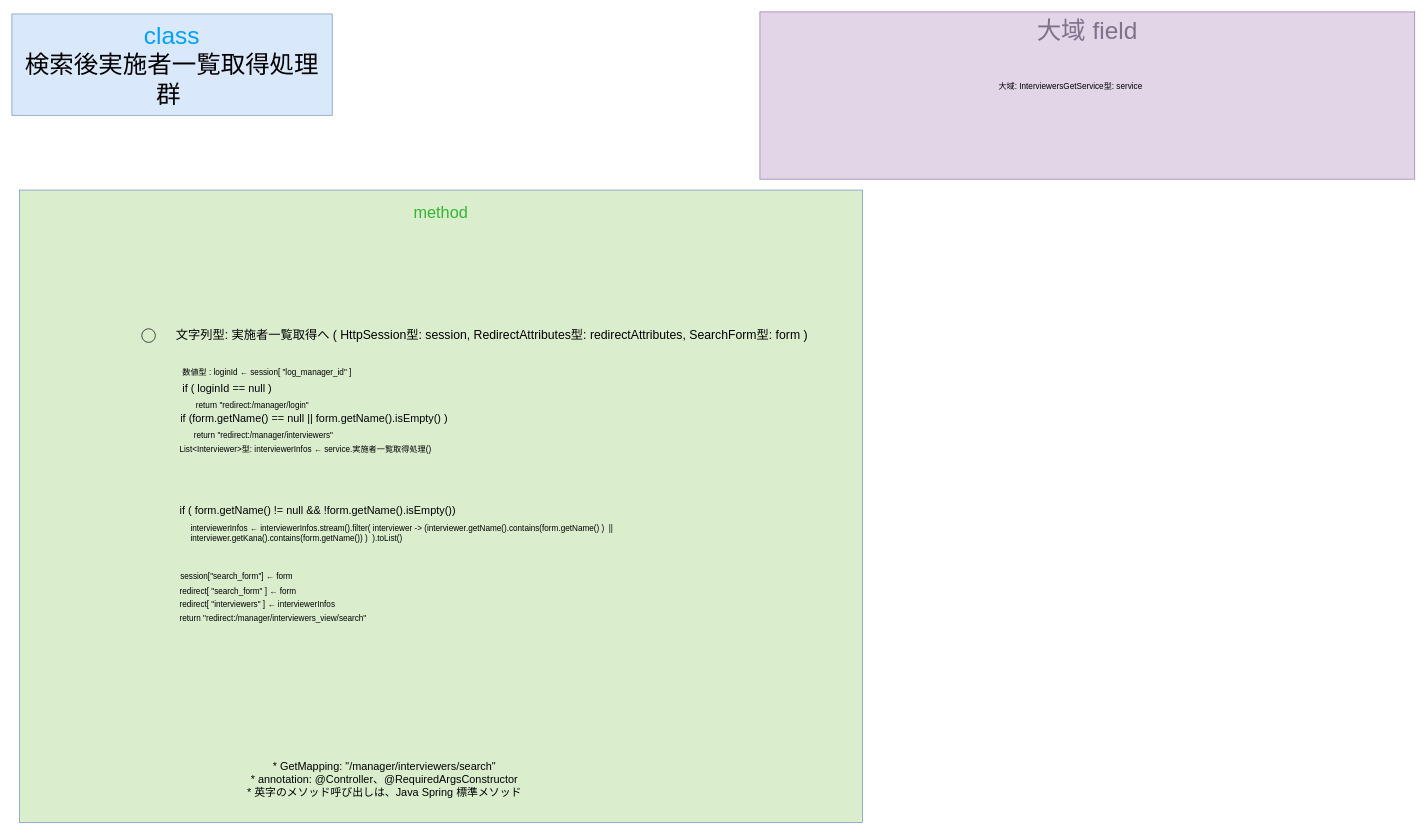
This is gijigengo/controller/manager/meeting_reservation_sys controller_manager SearchInterviewersGetControllerクラス 疑似言語.drawio from tro319/meeting_reservation_system, a draw.io file, before an edit. Source tidied: cells renumbered, new cells numbered last; positions are measured from the earlier drawing's top-left corner, leaving out a move shared by most shapes. Both pictures are drawn from the tidied source at 68%, with x=0, y=0 at pixel (12, 12).
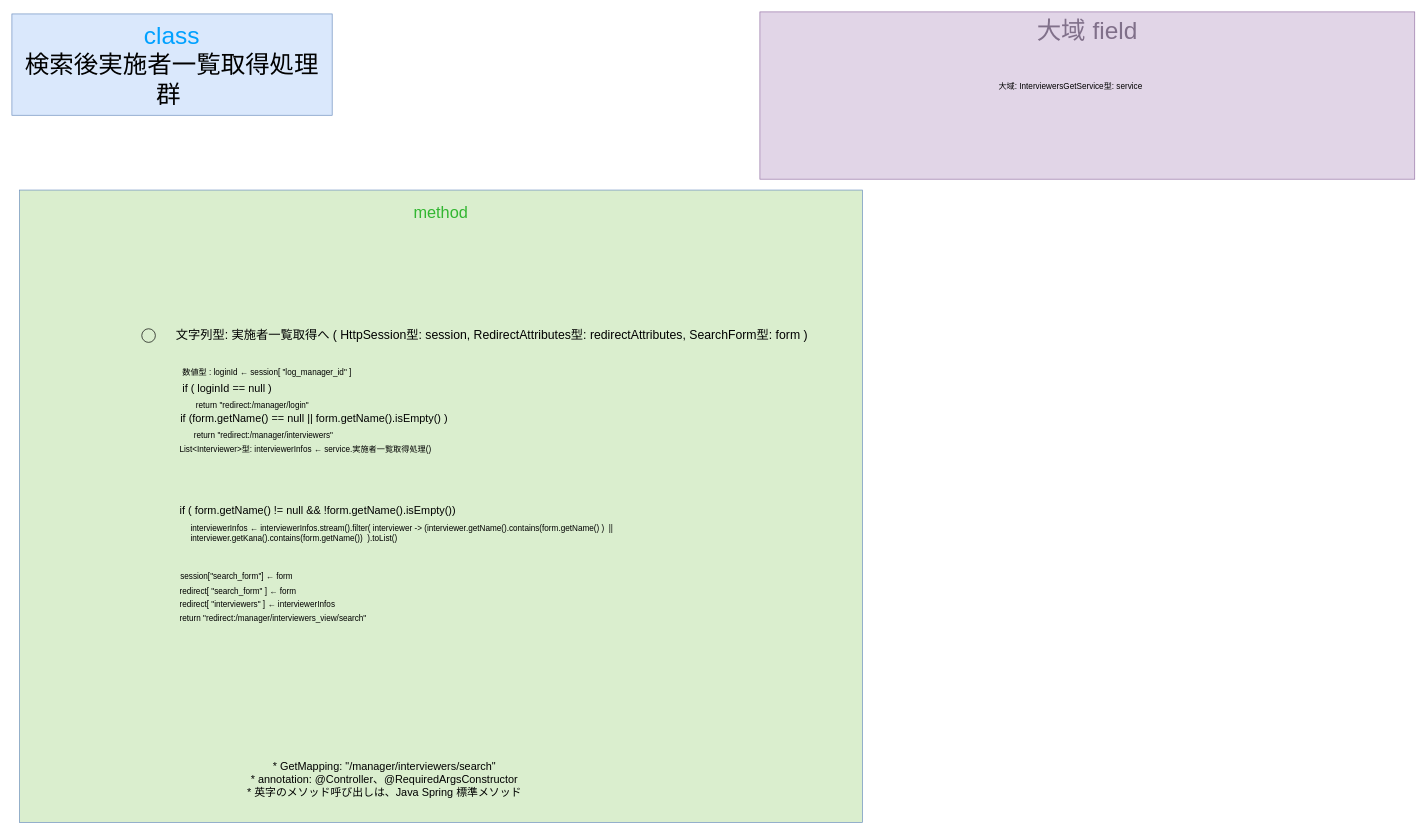
The same page after the edit.

What changed in the source:
```diff
@@
-    <mxCell id="15" value="interviewerInfos ← interviewerInfos.stream().filter( interviewer -&amp;gt; (interviewer.getName().contains(form.getName() )&amp;nbsp; || interviewer.getKana().contains(form.getName()) )&amp;nbsp; ).toList()" style="text;html=1;whiteSpace=wrap;strokeColor=none;fillColor=none;align=left;verticalAlign=middle;rounded=0;" parent="1" vertex="1">
+    <mxCell id="15" value="interviewerInfos ← interviewerInfos.stream().filter( interviewer -&amp;gt; (interviewer.getName().contains(form.getName() )&amp;nbsp; || interviewer.getKana().contains(form.getName())&amp;nbsp; ).toList()" style="text;html=1;whiteSpace=wrap;strokeColor=none;fillColor=none;align=left;verticalAlign=middle;rounded=0;" parent="1" vertex="1">
       <mxGeometry x="261" y="752" width="706" height="30" as="geometry" />
     </mxCell>
```
